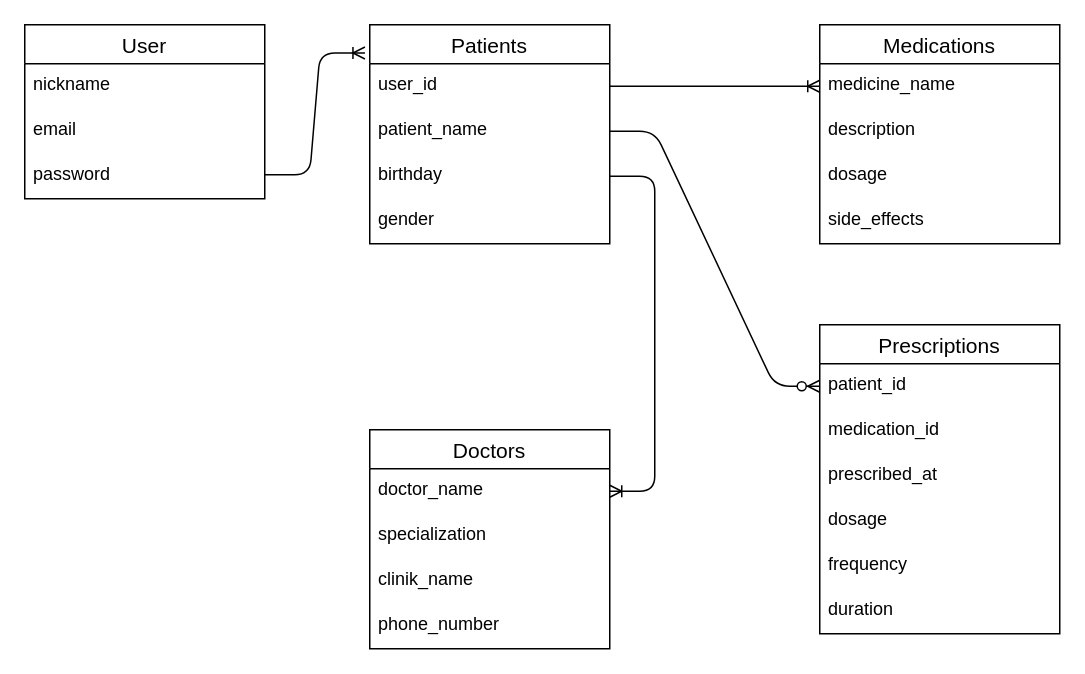
Mshu72/medicine_note keeps this draw.io diagram as データベース.dio. Above is the earlier version. Source tidied: cells renumbered, new cells numbered last; positions are measured from the earlier drawing's top-left corner, leaving out a move shared by most shapes. Both pictures are drawn from the tidied source at 150%, with x=0, y=0 at pixel (24, 24).
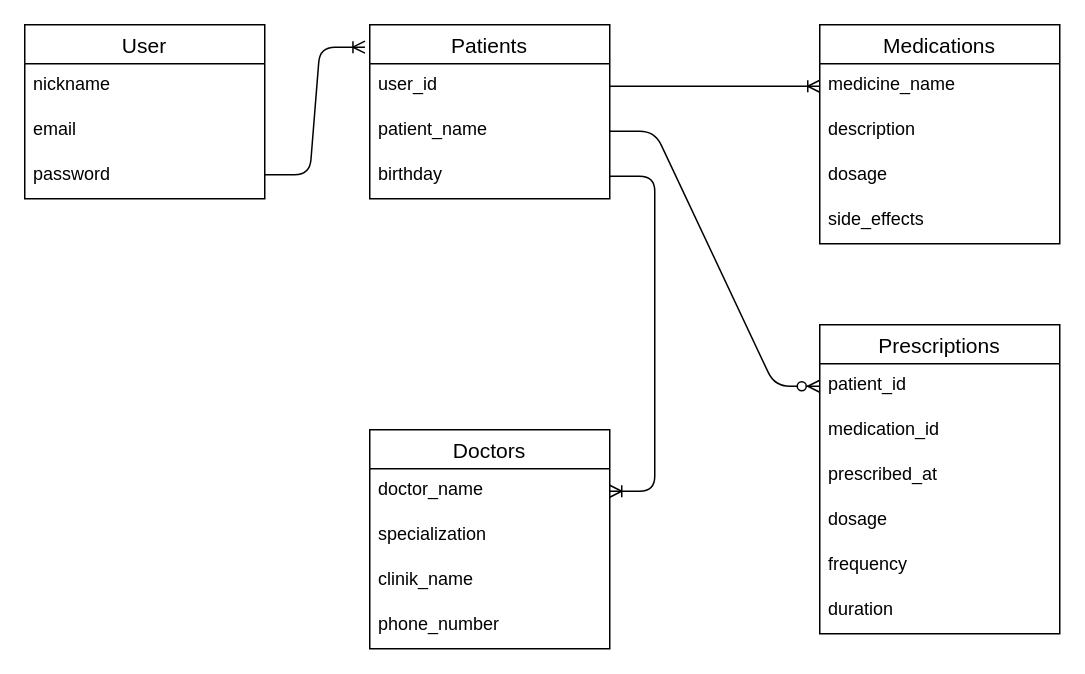
Above is the later version.

The edit, as a diff of the source:
```diff
@@
     <mxCell id="13" value="Patients" style="swimlane;fontStyle=0;horizontal=1;startSize=26;align=center;fontSize=14;" parent="1" vertex="1">
-      <mxGeometry x="230" width="160" height="146" as="geometry" />
+      <mxGeometry x="230" width="160" height="116" as="geometry" />
     </mxCell>
@@
-    <mxCell id="17" value="gender" style="text;strokeColor=none;fillColor=none;spacingLeft=4;spacingRight=4;overflow=hidden;fontSize=12;" parent="13" vertex="1">
-      <mxGeometry y="116" width="160" height="30" as="geometry" />
-    </mxCell>
```
